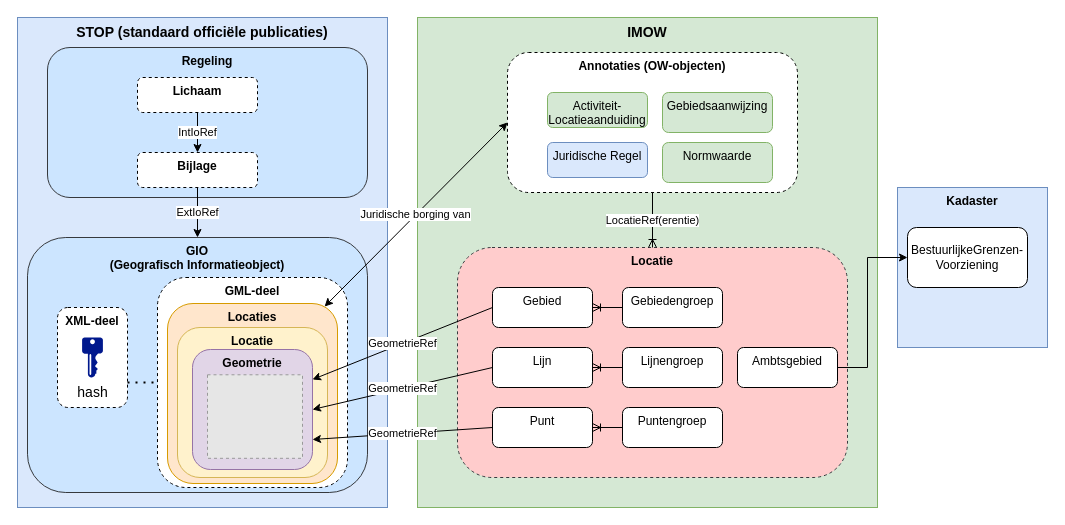
Before: LocatieOPenOW.drawio in Geonovum/DrawIO, a draw.io diagram. Source tidied: cells renumbered, new cells numbered last; positions are measured from the earlier drawing's top-left corner, leaving out a move shared by most shapes. Both pictures are drawn from the tidied source at 100%, with x=0, y=0 at pixel (17, 17). Pictures stored in the file or linked from it are replaced by grey dashed boxes.
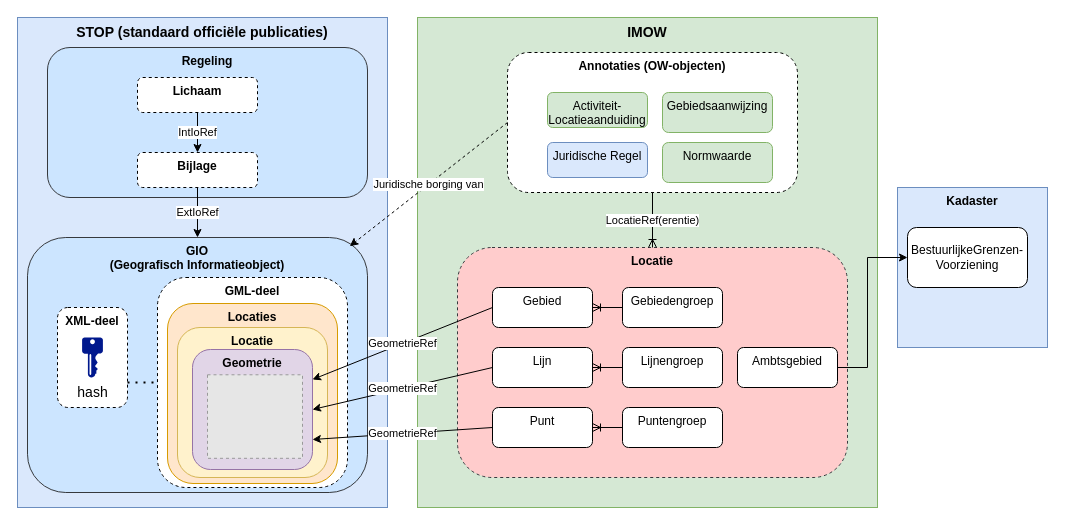
After the change.

Commit message:
Juridische Borging aangepast

Unchanged cells that the change refers to:
```xml
<mxCell id="6" value="&lt;b&gt;GIO &lt;br&gt;(Geografisch Informatieobject)&lt;/b&gt;" style="rounded=1;whiteSpace=wrap;html=1;verticalAlign=top;fillColor=#cce5ff;strokeColor=#36393d;" parent="1" vertex="1">
  <mxGeometry x="10" y="220" width="340" height="255" as="geometry" />
</mxCell>
<mxCell id="13" value="&lt;b&gt;Annotaties (OW-objecten)&lt;/b&gt;" style="rounded=1;whiteSpace=wrap;html=1;verticalAlign=top;dashed=1;" parent="1" vertex="1">
  <mxGeometry x="490" y="35" width="290" height="140" as="geometry" />
</mxCell>
<mxCell id="30" value="&lt;b&gt;Locaties&lt;/b&gt;" style="rounded=1;whiteSpace=wrap;html=1;verticalAlign=top;fillColor=#ffe6cc;strokeColor=#d79b00;" parent="1" vertex="1">
  <mxGeometry x="150" y="286" width="170" height="180" as="geometry" />
</mxCell>
```

Change to the diagram source:
```diff
@@
-    <mxCell id="41" value="Juridische borging van" style="endArrow=classic;html=1;rounded=0;exitX=0;exitY=0.5;exitDx=0;exitDy=0;startArrow=classic;startFill=1;entryX=0.924;entryY=0.017;entryDx=0;entryDy=0;entryPerimeter=0;" parent="1" edge="1" source="13" target="30">
+    <mxCell id="41" value="Juridische borging van" style="endArrow=classic;html=1;rounded=0;exitX=0;exitY=0.5;exitDx=0;exitDy=0;startArrow=none;startFill=0;dashed=1;entryX=0.948;entryY=0.034;entryDx=0;entryDy=0;entryPerimeter=0;" parent="1" edge="1" source="13" target="6">
       <mxGeometry relative="1" as="geometry" />
     </mxCell>
```
